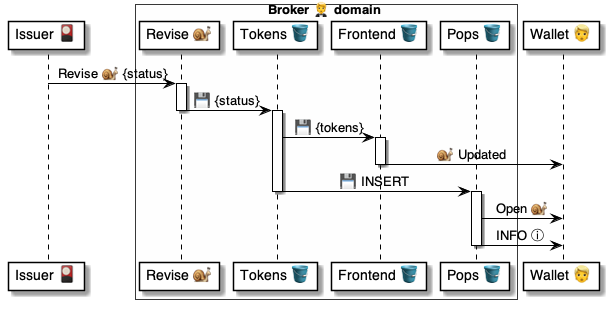
Earlier version of the PlantUML export 4 ⚙️ Solution/20 🧑‍🦰 UI/Brokers 🤵/🤵🪣 Broker tables/Tokens 🎫 table/🪣⏩ Flows/2 Revise/🤵 Broker.Tokens.Revise ⚙️ uml.png (pollyweb-org/pollyweb-docs). Its source is kept beside it as 4 ⚙️ Solution/20 🧑‍🦰 UI/Brokers 🤵/🤵🪣 Broker tables/Tokens 🎫 table/🪣⏩ Flows/2 Revise/🤵 Broker.Tokens.Revise ⚙️ uml.puml.
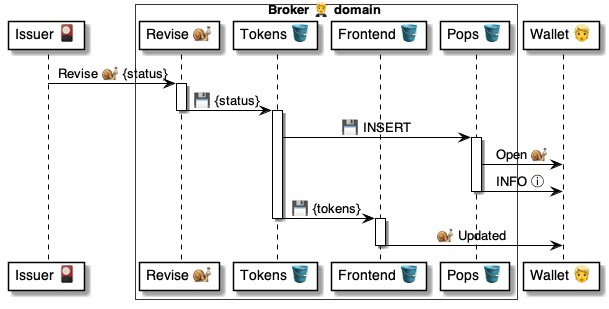
After the change.

Diff of the diagram source:
```diff
@@ -17,17 +17,19 @@
 
 activate tokens
 
+    tokens -> pops: 💾 INSERT
+
+    activate pops
+        pops -> wallet: Open 🐌
+        pops -> wallet: INFO ⓘ
+    deactivate pops
+
     tokens -> frontend: 💾 {tokens}
-    activate frontend
-        frontend -> wallet: 🐌 Updated
-    deactivate frontend
-
-    tokens -> pops: 💾 INSERT
 deactivate tokens
 
-activate pops
-    pops -> wallet: Open 🐌
-    pops -> wallet: INFO ⓘ
-deactivate pops
+activate frontend
+    frontend -> wallet: 🐌 Updated
+deactivate frontend
+
 
 @enduml
```
